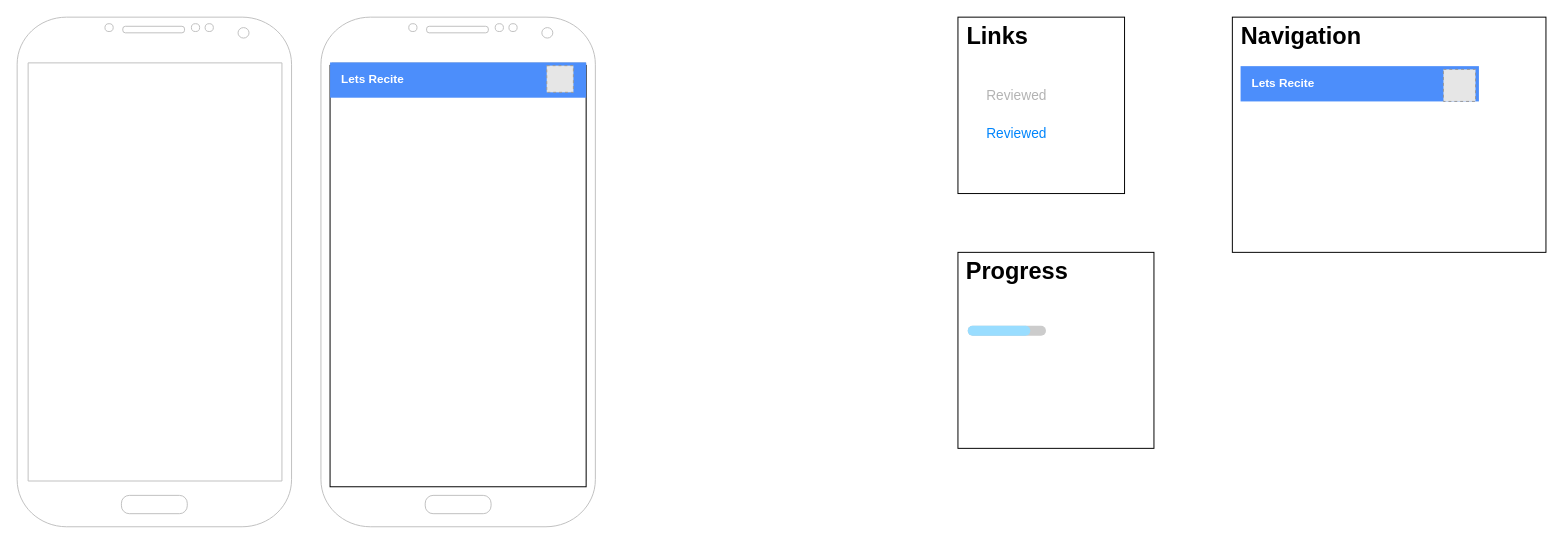
Before: page "components" (1 of 8) of Lets Recite.drawio in appsparkler/draw.io, a draw.io diagram. Source tidied: cells renumbered, new cells numbered last; positions are measured from the earlier drawing's top-left corner, leaving out a move shared by most shapes. Both pictures are drawn from the tidied source at 98%, with x=0, y=0 at pixel (17, 17). Pictures stored in the file or linked from it are replaced by grey dashed boxes.
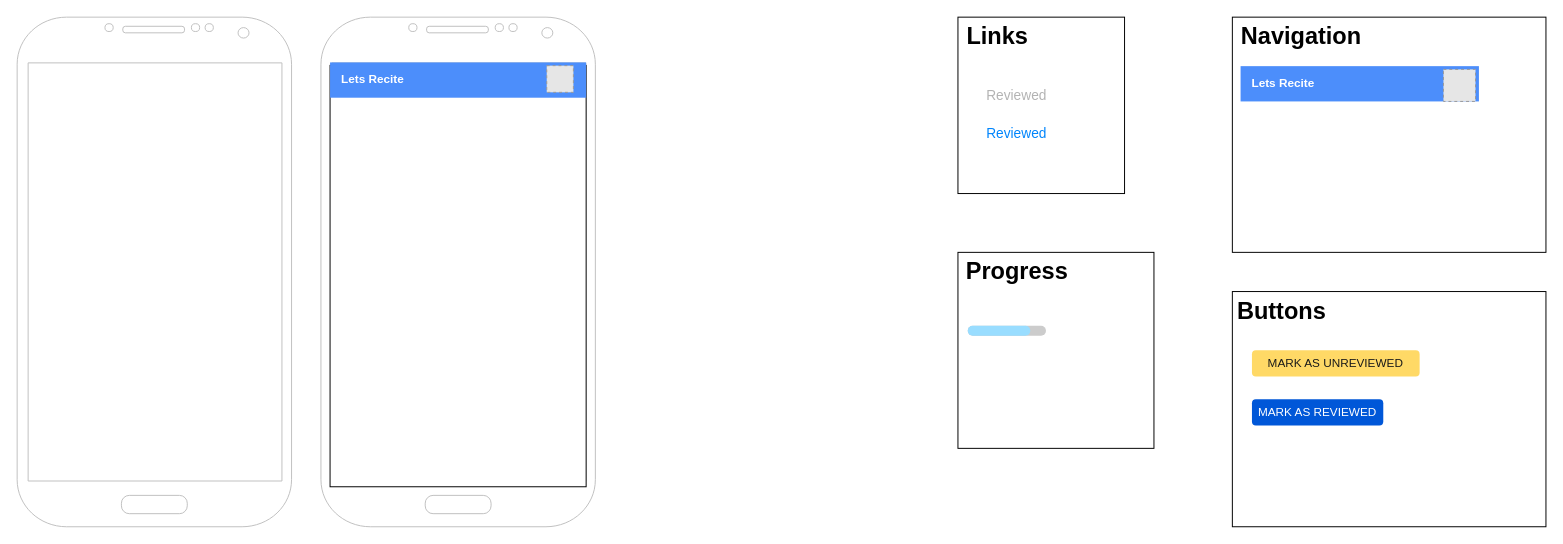
The same diagram, later.

What changed in the source:
```diff
@@
+    <mxCell id="25" style="rounded=0;whiteSpace=wrap;html=1;" parent="1" vertex="1">
+      <mxGeometry x="1240" y="280" width="320" height="240" as="geometry" />
+    </mxCell>
+    <mxCell id="26" value="MARK AS UNREVIEWED" style="rounded=1;fillColor=#FFD966;strokeColor=none;html=1;whiteSpace=wrap;fontColor=#1A1A1A;align=center;verticalAlign=middle;fontStyle=0;fontSize=12;sketch=0;" parent="1" vertex="1">
+      <mxGeometry x="1260" y="340" width="171.1" height="26.6" as="geometry" />
+    </mxCell>
+    <mxCell id="27" value="MARK AS REVIEWED" style="rounded=1;fillColor=#0057D8;strokeColor=none;html=1;whiteSpace=wrap;fontColor=#ffffff;align=center;verticalAlign=middle;fontStyle=0;fontSize=12;sketch=0;" parent="1" vertex="1">
+      <mxGeometry x="1260" y="390" width="134" height="26.6" as="geometry" />
+    </mxCell>
+    <mxCell id="28" value="Buttons" style="text;html=1;align=center;verticalAlign=middle;strokeColor=none;fillColor=none;fontSize=24;fontStyle=1;" parent="1" vertex="1">
+      <mxGeometry x="1240" y="280" width="100" height="40" as="geometry" />
+    </mxCell>
```
